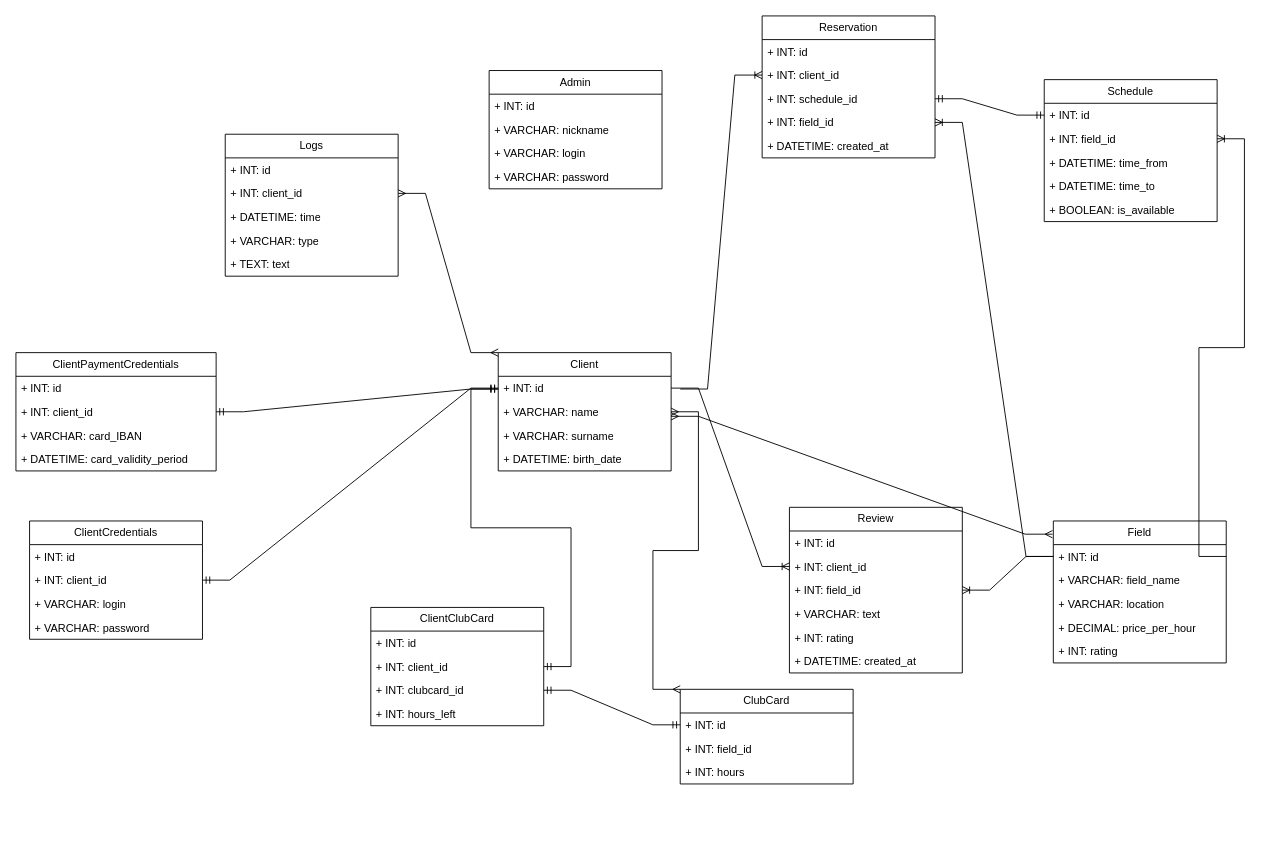
SvetlanaMinich/MDiSUBD_sem5 keeps this draw.io diagram as entities.drawio. Above is the earlier version. Source tidied: cells renumbered, new cells numbered last; positions are measured from the earlier drawing's top-left corner, leaving out a move shared by most shapes. Both pictures are drawn from the tidied source at 91%, with x=0, y=0 at pixel (15, 15).
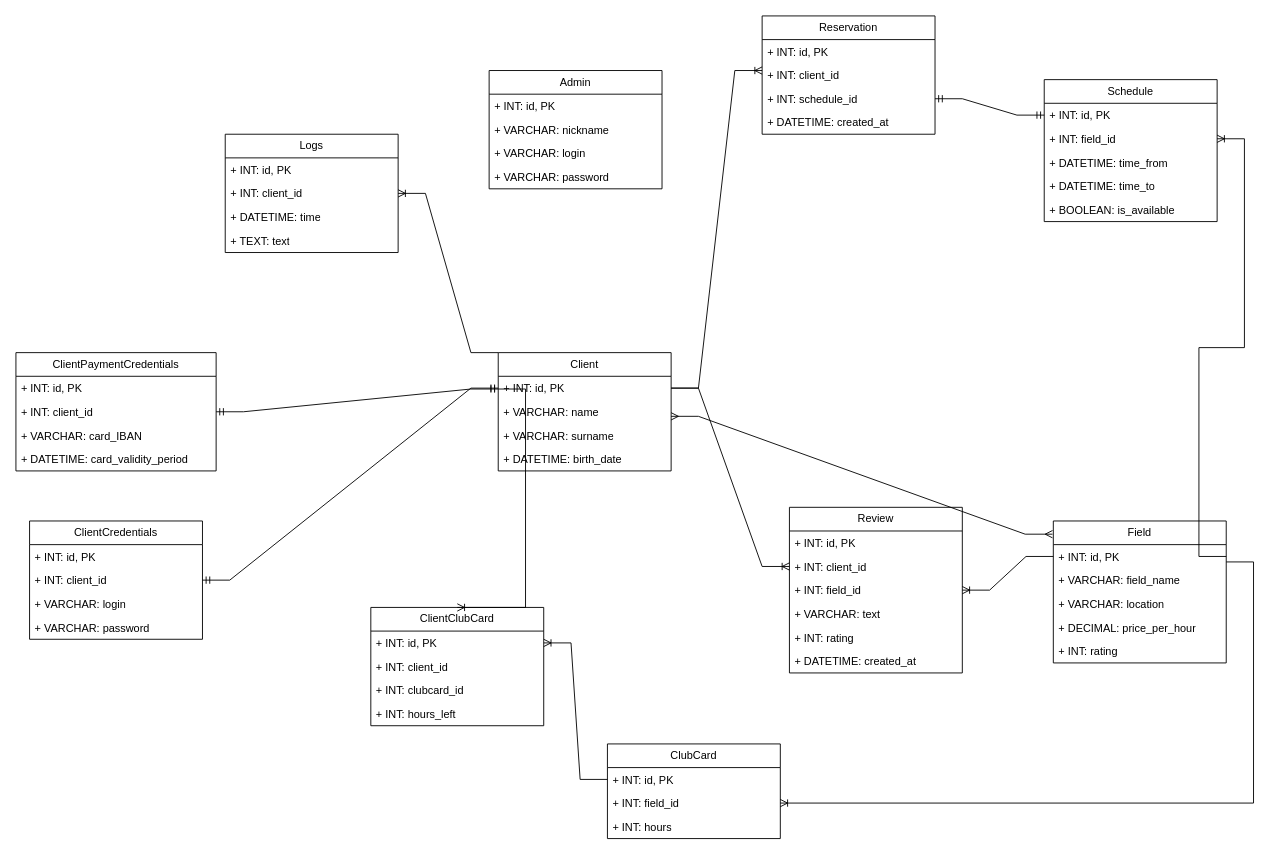
The same diagram, later.

Unchanged cells that the change refers to:
```xml
<mxCell id="2" value="Field" style="swimlane;fontStyle=0;horizontal=1;startSize=26;fillColor=none;whiteSpace=wrap;html=1;" parent="1" vertex="1">
  <mxGeometry x="1140" y="555" width="190" height="156" as="geometry" />
</mxCell>
<mxCell id="8" value="Review" style="swimlane;fontStyle=0;horizontal=1;startSize=26;fillColor=none;whiteSpace=wrap;html=1;" parent="1" vertex="1">
  <mxGeometry x="850" y="540" width="190" height="182" as="geometry" />
</mxCell>
<mxCell id="15" value="Schedule" style="swimlane;fontStyle=0;horizontal=1;startSize=26;fillColor=none;whiteSpace=wrap;html=1;" parent="1" vertex="1">
  <mxGeometry x="1130" y="70" width="190" height="156" as="geometry" />
</mxCell>
<mxCell id="23" value="+ INT: client_id" style="text;strokeColor=none;fillColor=none;align=left;verticalAlign=top;spacingLeft=4;spacingRight=4;overflow=hidden;points=[[0,0.5],[1,0.5]];portConstraint=eastwest;whiteSpace=wrap;html=1;" parent="21" vertex="1">
  <mxGeometry y="52" width="190" height="26" as="geometry" />
</mxCell>
<mxCell id="27" value="Client" style="swimlane;fontStyle=0;horizontal=1;startSize=26;fillColor=none;whiteSpace=wrap;html=1;" parent="1" vertex="1">
  <mxGeometry x="530" y="370" width="190" height="130" as="geometry" />
</mxCell>
<mxCell id="29" value="+ VARCHAR: name" style="text;strokeColor=none;fillColor=none;align=left;verticalAlign=top;spacingLeft=4;spacingRight=4;overflow=hidden;points=[[0,0.5],[1,0.5]];portConstraint=eastwest;whiteSpace=wrap;html=1;" parent="27" vertex="1">
  <mxGeometry y="52" width="190" height="26" as="geometry" />
</mxCell>
<mxCell id="32" value="ClientCredentials" style="swimlane;fontStyle=0;horizontal=1;startSize=26;fillColor=none;whiteSpace=wrap;html=1;" parent="1" vertex="1">
  <mxGeometry x="15" y="555" width="190" height="130" as="geometry" />
</mxCell>
<mxCell id="37" value="ClientPaymentCredentials" style="swimlane;fontStyle=0;horizontal=1;startSize=26;fillColor=none;whiteSpace=wrap;html=1;" parent="1" vertex="1">
  <mxGeometry y="370" width="220" height="130" as="geometry" />
</mxCell>
<mxCell id="42" value="Admin" style="swimlane;fontStyle=0;horizontal=1;startSize=26;fillColor=none;whiteSpace=wrap;html=1;" parent="1" vertex="1">
  <mxGeometry x="520" y="60" width="190" height="130" as="geometry" />
</mxCell>
<mxCell id="49" value="+ INT: client_id" style="text;strokeColor=none;fillColor=none;align=left;verticalAlign=top;spacingLeft=4;spacingRight=4;overflow=hidden;points=[[0,0.5],[1,0.5]];portConstraint=eastwest;whiteSpace=wrap;html=1;" parent="47" vertex="1">
  <mxGeometry y="52" width="190" height="26" as="geometry" />
</mxCell>
<mxCell id="55" value="+ INT: field_id" style="text;strokeColor=none;fillColor=none;align=left;verticalAlign=top;spacingLeft=4;spacingRight=4;overflow=hidden;points=[[0,0.5],[1,0.5]];portConstraint=eastwest;whiteSpace=wrap;html=1;" parent="53" vertex="1">
  <mxGeometry y="52" width="190" height="26" as="geometry" />
</mxCell>
<mxCell id="57" value="ClientClubCard" style="swimlane;fontStyle=0;horizontal=1;startSize=26;fillColor=none;whiteSpace=wrap;html=1;" parent="1" vertex="1">
  <mxGeometry x="390" y="650" width="190" height="130" as="geometry" />
</mxCell>
<mxCell id="59" value="+ INT: client_id" style="text;strokeColor=none;fillColor=none;align=left;verticalAlign=top;spacingLeft=4;spacingRight=4;overflow=hidden;points=[[0,0.5],[1,0.5]];portConstraint=eastwest;whiteSpace=wrap;html=1;" parent="57" vertex="1">
  <mxGeometry y="52" width="190" height="26" as="geometry" />
</mxCell>
<mxCell id="60" value="+ INT: clubcard_id" style="text;strokeColor=none;fillColor=none;align=left;verticalAlign=top;spacingLeft=4;spacingRight=4;overflow=hidden;points=[[0,0.5],[1,0.5]];portConstraint=eastwest;whiteSpace=wrap;html=1;" parent="57" vertex="1">
  <mxGeometry y="78" width="190" height="26" as="geometry" />
</mxCell>
```

Change to the diagram source:
```diff
@@
-    <mxCell id="3" value="+ INT: id" style="text;strokeColor=none;fillColor=none;align=left;verticalAlign=top;spacingLeft=4;spacingRight=4;overflow=hidden;points=[[0,0.5],[1,0.5]];portConstraint=eastwest;whiteSpace=wrap;html=1;" parent="2" vertex="1">
+    <mxCell id="3" value="+ INT: id, PK" style="text;strokeColor=none;fillColor=none;align=left;verticalAlign=top;spacingLeft=4;spacingRight=4;overflow=hidden;points=[[0,0.5],[1,0.5]];portConstraint=eastwest;whiteSpace=wrap;html=1;" parent="2" vertex="1">
       <mxGeometry y="26" width="190" height="26" as="geometry" />
     </mxCell>
@@
-    <mxCell id="9" value="+ INT: id" style="text;strokeColor=none;fillColor=none;align=left;verticalAlign=top;spacingLeft=4;spacingRight=4;overflow=hidden;whiteSpace=wrap;html=1;" parent="8" vertex="1">
+    <mxCell id="9" value="+ INT: id, PK&lt;div&gt;&lt;br&gt;&lt;/div&gt;" style="text;strokeColor=none;fillColor=none;align=left;verticalAlign=top;spacingLeft=4;spacingRight=4;overflow=hidden;whiteSpace=wrap;html=1;" parent="8" vertex="1">
       <mxGeometry y="26" width="190" height="26" as="geometry" />
     </mxCell>
@@
-    <mxCell id="16" value="+ INT: id" style="text;strokeColor=none;fillColor=none;align=left;verticalAlign=top;spacingLeft=4;spacingRight=4;overflow=hidden;points=[[0,0.5],[1,0.5]];portConstraint=eastwest;whiteSpace=wrap;html=1;" parent="15" vertex="1">
+    <mxCell id="16" value="+ INT: id, PK&lt;div&gt;&lt;br&gt;&lt;/div&gt;" style="text;strokeColor=none;fillColor=none;align=left;verticalAlign=top;spacingLeft=4;spacingRight=4;overflow=hidden;points=[[0,0.5],[1,0.5]];portConstraint=eastwest;whiteSpace=wrap;html=1;" parent="15" vertex="1">
       <mxGeometry y="26" width="190" height="26" as="geometry" />
     </mxCell>
@@
     <mxCell id="21" value="Reservation" style="swimlane;fontStyle=0;horizontal=1;startSize=26;fillColor=none;whiteSpace=wrap;html=1;" parent="1" vertex="1">
-      <mxGeometry x="820" width="190" height="156" as="geometry" />
+      <mxGeometry x="820" width="190" height="130" as="geometry" />
     </mxCell>
-    <mxCell id="22" value="+ INT: id" style="text;strokeColor=none;fillColor=none;align=left;verticalAlign=top;spacingLeft=4;spacingRight=4;overflow=hidden;whiteSpace=wrap;html=1;" parent="21" vertex="1">
+    <mxCell id="22" value="+ INT: id, PK" style="text;strokeColor=none;fillColor=none;align=left;verticalAlign=top;spacingLeft=4;spacingRight=4;overflow=hidden;whiteSpace=wrap;html=1;" parent="21" vertex="1">
       <mxGeometry y="26" width="190" height="26" as="geometry" />
     </mxCell>
@@
-    <mxCell id="25" value="+ INT: field_id" style="text;strokeColor=none;fillColor=none;align=left;verticalAlign=top;spacingLeft=4;spacingRight=4;overflow=hidden;points=[[0,0.5],[1,0.5]];portConstraint=eastwest;whiteSpace=wrap;html=1;" parent="21" vertex="1">
-      <mxGeometry y="104" width="190" height="26" as="geometry" />
-    </mxCell>
     <mxCell id="26" value="+ DATETIME: created_at" style="text;strokeColor=none;fillColor=none;align=left;verticalAlign=top;spacingLeft=4;spacingRight=4;overflow=hidden;whiteSpace=wrap;html=1;" parent="21" vertex="1">
-      <mxGeometry y="130" width="190" height="26" as="geometry" />
+      <mxGeometry y="104" width="190" height="26" as="geometry" />
     </mxCell>
@@
-    <mxCell id="28" value="+ INT: id" style="text;strokeColor=none;fillColor=none;align=left;verticalAlign=top;spacingLeft=4;spacingRight=4;overflow=hidden;points=[[0,0.5],[1,0.5]];portConstraint=eastwest;whiteSpace=wrap;html=1;" parent="27" vertex="1">
+    <mxCell id="28" value="+ INT: id, PK" style="text;strokeColor=none;fillColor=none;align=left;verticalAlign=top;spacingLeft=4;spacingRight=4;overflow=hidden;points=[[0,0.5],[1,0.5]];portConstraint=eastwest;whiteSpace=wrap;html=1;" parent="27" vertex="1">
       <mxGeometry y="26" width="190" height="26" as="geometry" />
     </mxCell>
@@
-    <mxCell id="33" value="+ INT: id" style="text;strokeColor=none;fillColor=none;align=left;verticalAlign=top;spacingLeft=4;spacingRight=4;overflow=hidden;whiteSpace=wrap;html=1;" parent="32" vertex="1">
+    <mxCell id="33" value="+ INT: id, PK" style="text;strokeColor=none;fillColor=none;align=left;verticalAlign=top;spacingLeft=4;spacingRight=4;overflow=hidden;whiteSpace=wrap;html=1;" parent="32" vertex="1">
       <mxGeometry y="26" width="190" height="26" as="geometry" />
     </mxCell>
@@
-    <mxCell id="38" value="+ INT: id" style="text;strokeColor=none;fillColor=none;align=left;verticalAlign=top;spacingLeft=4;spacingRight=4;overflow=hidden;whiteSpace=wrap;html=1;" parent="37" vertex="1">
+    <mxCell id="38" value="+ INT: id, PK" style="text;strokeColor=none;fillColor=none;align=left;verticalAlign=top;spacingLeft=4;spacingRight=4;overflow=hidden;whiteSpace=wrap;html=1;" parent="37" vertex="1">
       <mxGeometry y="26" width="220" height="26" as="geometry" />
     </mxCell>
@@
-    <mxCell id="43" value="+ INT: id" style="text;strokeColor=none;fillColor=none;align=left;verticalAlign=top;spacingLeft=4;spacingRight=4;overflow=hidden;whiteSpace=wrap;html=1;" parent="42" vertex="1">
+    <mxCell id="43" value="+ INT: id, PK" style="text;strokeColor=none;fillColor=none;align=left;verticalAlign=top;spacingLeft=4;spacingRight=4;overflow=hidden;whiteSpace=wrap;html=1;" parent="42" vertex="1">
       <mxGeometry y="26" width="190" height="26" as="geometry" />
     </mxCell>
@@
     <mxCell id="47" value="Logs" style="swimlane;fontStyle=0;horizontal=1;startSize=26;fillColor=none;whiteSpace=wrap;html=1;" parent="1" vertex="1">
-      <mxGeometry x="230" y="130" width="190" height="156" as="geometry" />
+      <mxGeometry x="230" y="130" width="190" height="130" as="geometry" />
     </mxCell>
-    <mxCell id="48" value="+ INT: id" style="text;strokeColor=none;fillColor=none;align=left;verticalAlign=top;spacingLeft=4;spacingRight=4;overflow=hidden;whiteSpace=wrap;html=1;" parent="47" vertex="1">
+    <mxCell id="48" value="+ INT: id, PK" style="text;strokeColor=none;fillColor=none;align=left;verticalAlign=top;spacingLeft=4;spacingRight=4;overflow=hidden;whiteSpace=wrap;html=1;" parent="47" vertex="1">
       <mxGeometry y="26" width="190" height="26" as="geometry" />
     </mxCell>
@@
-    <mxCell id="51" value="+ VARCHAR: type" style="text;strokeColor=none;fillColor=none;align=left;verticalAlign=top;spacingLeft=4;spacingRight=4;overflow=hidden;whiteSpace=wrap;html=1;" parent="47" vertex="1">
-      <mxGeometry y="104" width="190" height="26" as="geometry" />
-    </mxCell>
     <mxCell id="52" value="+ TEXT: text" style="text;strokeColor=none;fillColor=none;align=left;verticalAlign=top;spacingLeft=4;spacingRight=4;overflow=hidden;whiteSpace=wrap;html=1;" parent="47" vertex="1">
-      <mxGeometry y="130" width="190" height="26" as="geometry" />
+      <mxGeometry y="104" width="190" height="26" as="geometry" />
     </mxCell>
     <mxCell id="53" value="ClubCard" style="swimlane;fontStyle=0;horizontal=1;startSize=26;fillColor=none;whiteSpace=wrap;html=1;" parent="1" vertex="1">
-      <mxGeometry x="730" y="740" width="190" height="104" as="geometry" />
+      <mxGeometry x="650" y="800" width="190" height="104" as="geometry" />
     </mxCell>
-    <mxCell id="54" value="+ INT: id" style="text;strokeColor=none;fillColor=none;align=left;verticalAlign=top;spacingLeft=4;spacingRight=4;overflow=hidden;points=[[0,0.5],[1,0.5]];portConstraint=eastwest;whiteSpace=wrap;html=1;" parent="53" vertex="1">
+    <mxCell id="54" value="+ INT: id, PK" style="text;strokeColor=none;fillColor=none;align=left;verticalAlign=top;spacingLeft=4;spacingRight=4;overflow=hidden;points=[[0,0.5],[1,0.5]];portConstraint=eastwest;whiteSpace=wrap;html=1;" parent="53" vertex="1">
       <mxGeometry y="26" width="190" height="26" as="geometry" />
     </mxCell>
@@
-    <mxCell id="58" value="+ INT: id" style="text;strokeColor=none;fillColor=none;align=left;verticalAlign=top;spacingLeft=4;spacingRight=4;overflow=hidden;points=[[0,0.5],[1,0.5]];portConstraint=eastwest;whiteSpace=wrap;html=1;" parent="57" vertex="1">
+    <mxCell id="58" value="+ INT: id, PK" style="text;strokeColor=none;fillColor=none;align=left;verticalAlign=top;spacingLeft=4;spacingRight=4;overflow=hidden;points=[[0,0.5],[1,0.5]];portConstraint=eastwest;whiteSpace=wrap;html=1;" parent="57" vertex="1">
       <mxGeometry y="26" width="190" height="26" as="geometry" />
     </mxCell>
@@
-    <mxCell id="65" style="edgeStyle=entityRelationEdgeStyle;fontSize=12;html=1;endArrow=ERmandOne;startArrow=ERmandOne;rounded=0;exitX=1;exitY=0.5;exitDx=0;exitDy=0;" parent="1" edge="1" source="59">
-      <mxGeometry relative="1" as="geometry">
-        <mxPoint x="530" y="410" as="targetPoint" />
-        <Array as="points">
-          <mxPoint x="350" y="560" />
-          <mxPoint x="330" y="560" />
-          <mxPoint x="320" y="570" />
-        </Array>
-      </mxGeometry>
-    </mxCell>
-    <mxCell id="66" style="edgeStyle=entityRelationEdgeStyle;fontSize=12;html=1;endArrow=ERmandOne;startArrow=ERmandOne;rounded=0;exitX=1;exitY=0.5;exitDx=0;exitDy=0;entryX=0;entryY=0.5;entryDx=0;entryDy=0;" parent="1" edge="1" source="60" target="54">
-      <mxGeometry relative="1" as="geometry" />
-    </mxCell>
@@
-    <mxCell id="69" style="edgeStyle=entityRelationEdgeStyle;fontSize=12;html=1;endArrow=ERoneToMany;rounded=0;exitX=0;exitY=0.5;exitDx=0;exitDy=0;entryX=1;entryY=0.5;entryDx=0;entryDy=0;" parent="1" edge="1" source="3" target="25">
-      <mxGeometry relative="1" as="geometry" />
-    </mxCell>
@@
-    <mxCell id="71" style="edgeStyle=entityRelationEdgeStyle;fontSize=12;html=1;endArrow=ERoneToMany;rounded=0;entryX=0;entryY=0.5;entryDx=0;entryDy=0;" parent="1" edge="1" target="23">
+    <mxCell id="71" style="edgeStyle=entityRelationEdgeStyle;fontSize=12;html=1;endArrow=ERoneToMany;rounded=0;entryX=0;entryY=0.5;entryDx=0;entryDy=0;exitX=1;exitY=0.5;exitDx=0;exitDy=0;" parent="1" edge="1" source="28">
       <mxGeometry relative="1" as="geometry">
-        <mxPoint x="730" y="410" as="sourcePoint" />
+        <mxPoint x="820" y="60" as="targetPoint" />
       </mxGeometry>
     </mxCell>
-    <mxCell id="72" style="edgeStyle=entityRelationEdgeStyle;fontSize=12;html=1;endArrow=ERmany;startArrow=ERmany;rounded=0;exitX=1;exitY=0.5;exitDx=0;exitDy=0;entryX=0;entryY=0;entryDx=0;entryDy=0;" parent="1" edge="1" source="29" target="53">
-      <mxGeometry relative="1" as="geometry" />
-    </mxCell>
@@
+    <mxCell id="75" style="edgeStyle=entityRelationEdgeStyle;fontSize=12;html=1;endArrow=ERoneToMany;rounded=0;entryX=1;entryY=0.5;entryDx=0;entryDy=0;" parent="1" edge="1" target="55">
+      <mxGeometry relative="1" as="geometry">
+        <mxPoint x="1330" y="600" as="sourcePoint" />
+        <Array as="points">
+          <mxPoint x="1510.5" y="360" />
+          <mxPoint x="1560.5" y="350" />
+          <mxPoint x="1400" y="260" />
+        </Array>
+      </mxGeometry>
+    </mxCell>
-    <mxCell id="74" style="edgeStyle=entityRelationEdgeStyle;fontSize=12;html=1;endArrow=ERmany;startArrow=ERmany;rounded=0;entryX=1;entryY=0.5;entryDx=0;entryDy=0;exitX=0;exitY=0;exitDx=0;exitDy=0;" parent="1" edge="1" source="27" target="49">
+    <mxCell id="74" style="edgeStyle=entityRelationEdgeStyle;fontSize=12;html=1;endArrow=ERoneToMany;rounded=0;entryX=1;entryY=0.5;entryDx=0;entryDy=0;exitX=0;exitY=0;exitDx=0;exitDy=0;" parent="1" edge="1" source="27" target="49">
       <mxGeometry relative="1" as="geometry" />
     </mxCell>
+    <mxCell id="76" style="edgeStyle=entityRelationEdgeStyle;fontSize=12;html=1;endArrow=ERoneToMany;rounded=0;entryX=0.5;entryY=0;entryDx=0;entryDy=0;" parent="1" edge="1" target="57">
+      <mxGeometry relative="1" as="geometry">
+        <mxPoint x="530" y="410" as="sourcePoint" />
+        <Array as="points">
+          <mxPoint x="1510.5" y="360" />
+          <mxPoint x="1560.5" y="350" />
+          <mxPoint x="1400" y="260" />
+        </Array>
+      </mxGeometry>
+    </mxCell>
+    <mxCell id="77" style="edgeStyle=entityRelationEdgeStyle;fontSize=12;html=1;endArrow=ERoneToMany;rounded=0;entryX=1;entryY=0.5;entryDx=0;entryDy=0;exitX=0;exitY=0.5;exitDx=0;exitDy=0;" parent="1" edge="1" source="54" target="58">
+      <mxGeometry relative="1" as="geometry">
+        <Array as="points">
+          <mxPoint x="1520.5" y="370" />
+          <mxPoint x="1570.5" y="360" />
+          <mxPoint x="1410" y="270" />
+        </Array>
+      </mxGeometry>
+    </mxCell>
```
